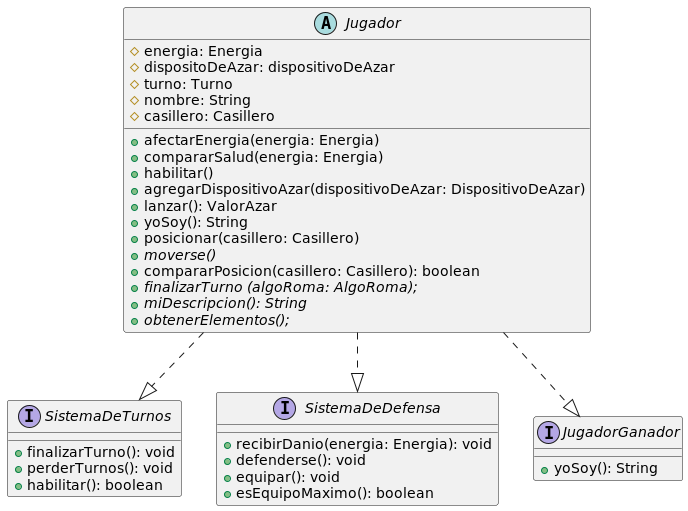
Before: diagrams/classes/DiagramasAlgoRoma/Jugador.png, a diagram exported from PlantUML (CrissRMFI/TP2-AlgoIII).
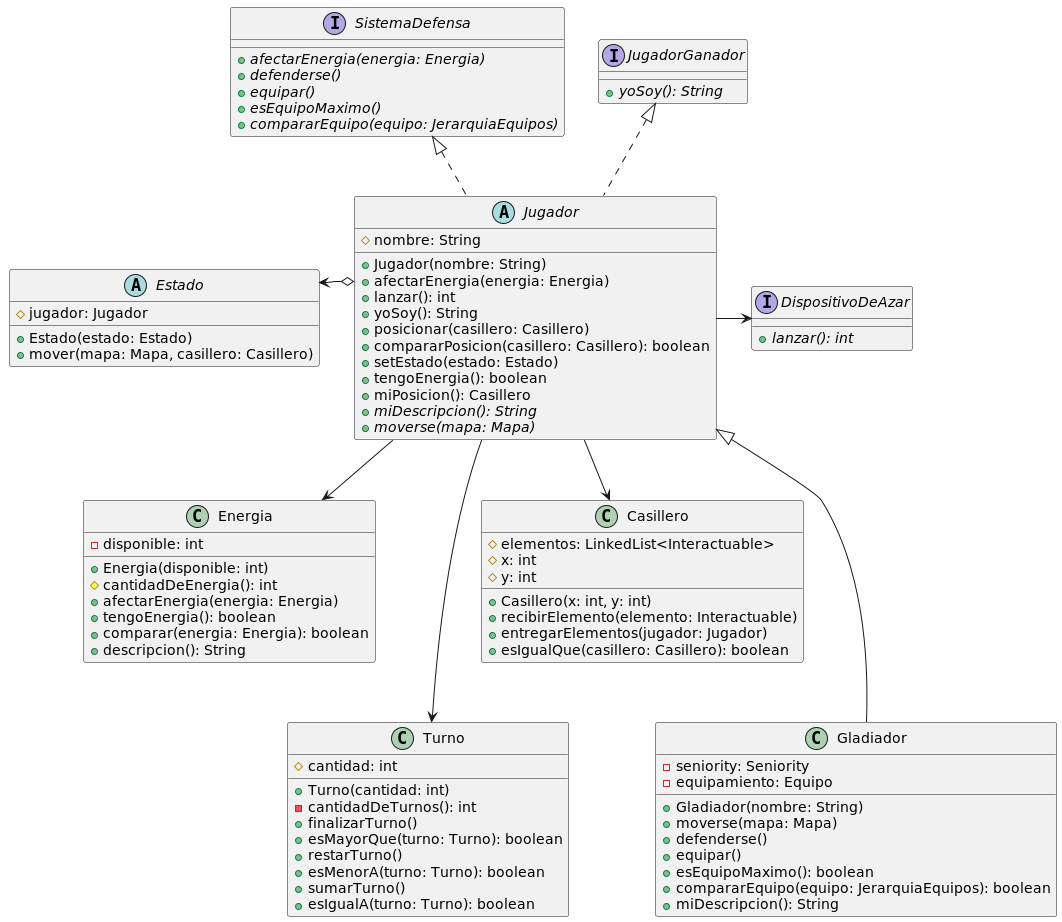
The same file after the commit.

Diff of the diagram source:
```diff
@@ -1,44 +1,110 @@
-@startuml
+@startuml Jugador
 
-interface SistemaDeTurnos {
-    + finalizarTurno(): void
-    + perderTurnos(): void
-    + habilitar(): boolean
+abstract class Jugador{
+    #nombre: String
+    +Jugador(nombre: String)
+    +afectarEnergia(energia: Energia)
+    +lanzar(): int
+    +yoSoy(): String
+    +posicionar(casillero: Casillero)
+    +compararPosicion(casillero: Casillero): boolean
+    +setEstado(estado: Estado)
+    +tengoEnergia(): boolean
+    +miPosicion(): Casillero
+    +{abstract} miDescripcion(): String
+    +{abstract} moverse(mapa: Mapa)
 }
 
-interface SistemaDeDefensa {
-    + recibirDanio(energia: Energia): void
-    + defenderse(): void
-    + equipar(): void
-    + esEquipoMaximo(): boolean
+
+class Energia{
+    -disponible: int
+    +Energia(disponible: int)
+    #cantidadDeEnergia(): int
+    +afectarEnergia(energia: Energia)
+    +tengoEnergia(): boolean
+    +comparar(energia: Energia): boolean
+    +descripcion(): String
 }
 
-interface JugadorGanador {
-    + yoSoy(): String
+
+interface DispositivoDeAzar{
+    +{abstract}lanzar(): int
 }
 
-Jugador ..|> SistemaDeTurnos
-Jugador ..|> SistemaDeDefensa
-Jugador ..|> JugadorGanador
 
-abstract class Jugador{
-    #energia: Energia
-    #dispositoDeAzar: dispositivoDeAzar
-    #turno: Turno
-    #nombre: String
-    #casillero: Casillero
-    +afectarEnergia(energia: Energia)
-    +compararSalud(energia: Energia)
-    +habilitar()
-    +agregarDispositivoAzar(dispositivoDeAzar: DispositivoDeAzar)
-    +lanzar(): ValorAzar
-    +yoSoy(): String
-    +posicionar(casillero: Casillero)
-    +{abstract}moverse()
-    +compararPosicion(casillero: Casillero): boolean
-    +{abstract}finalizarTurno (algoRoma: AlgoRoma);
-    +{abstract}miDescripcion(): String
-    +{abstract}obtenerElementos();
+abstract class Estado{
+    #jugador: Jugador
+    +Estado(estado: Estado)
+    +mover(mapa: Mapa, casillero: Casillero)
 }
 
+
+class Turno{
+    #cantidad: int
+    +Turno(cantidad: int)
+    -cantidadDeTurnos(): int
+    +finalizarTurno()
+    +esMayorQue(turno: Turno): boolean
+    +restarTurno()
+    +esMenorA(turno: Turno): boolean
+    +sumarTurno()
+    +esIgualA(turno: Turno): boolean
+}
+
+
+class Casillero{
+    #elementos: LinkedList<Interactuable>
+    #x: int
+    #y: int
+    +Casillero(x: int, y: int)
+    +recibirElemento(elemento: Interactuable)
+    +entregarElementos(jugador: Jugador)
+    +esIgualQue(casillero: Casillero): boolean
+}
+
+
+interface SistemaDefensa{
+    +{abstract}afectarEnergia(energia: Energia)
+    +{abstract}defenderse()
+    +{abstract}equipar()
+    +{abstract}esEquipoMaximo()
+    +{abstract}compararEquipo(equipo: JerarquiaEquipos)
+}
+
+interface JugadorGanador{
+    +{abstract}yoSoy(): String
+}
+
+class Gladiador {
+    -seniority: Seniority
+    -equipamiento: Equipo
+    +Gladiador(nombre: String)
+    +moverse(mapa: Mapa)
+    +defenderse()
+    +equipar()
+    +esEquipoMaximo(): boolean
+    +compararEquipo(equipo: JerarquiaEquipos): boolean
+    +miDescripcion(): String
+}
+
+
+SistemaDefensa <|.. Jugador
+JugadorGanador <|.. Jugador
+
+
+Estado -[hidden]> Jugador
+
+Jugador <|--- Gladiador
+
+Jugador --> Energia
+Estado <--o Jugador
+Jugador ---> Turno
+Jugador --> Casillero
+Jugador -> DispositivoDeAzar
+
+
+
+
+
+
 @enduml
```
